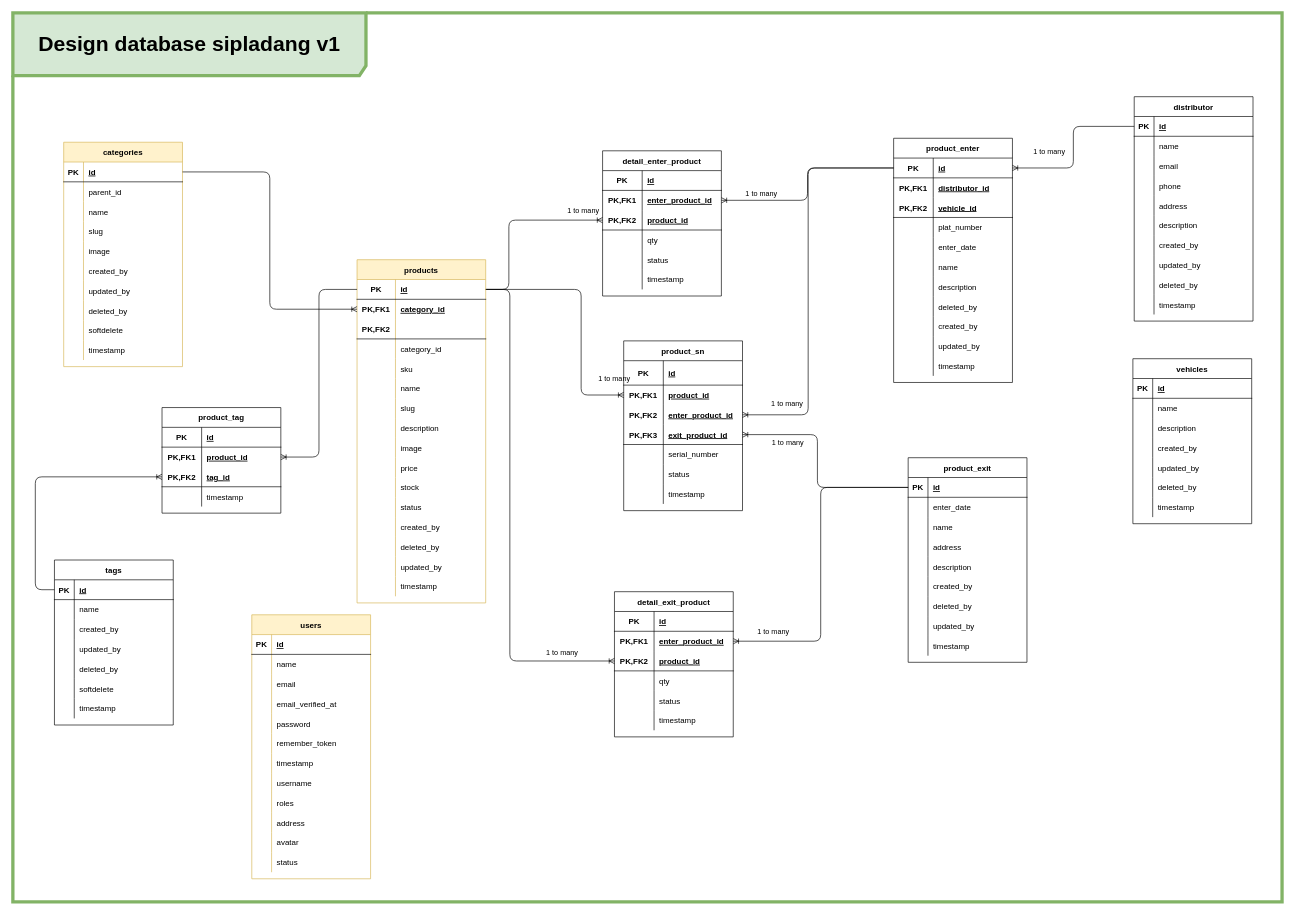
Earlier version of the draw.io diagram page "Page-1" (1 of 2) of diagram/GudangApp.drawio (ekoxyz/gudangapp). Source tidied: cells renumbered, new cells numbered last; positions are measured from the earlier drawing's top-left corner, leaving out a move shared by most shapes. Both pictures are drawn from the tidied source at 66%, with x=0, y=0 at pixel (13, 13).
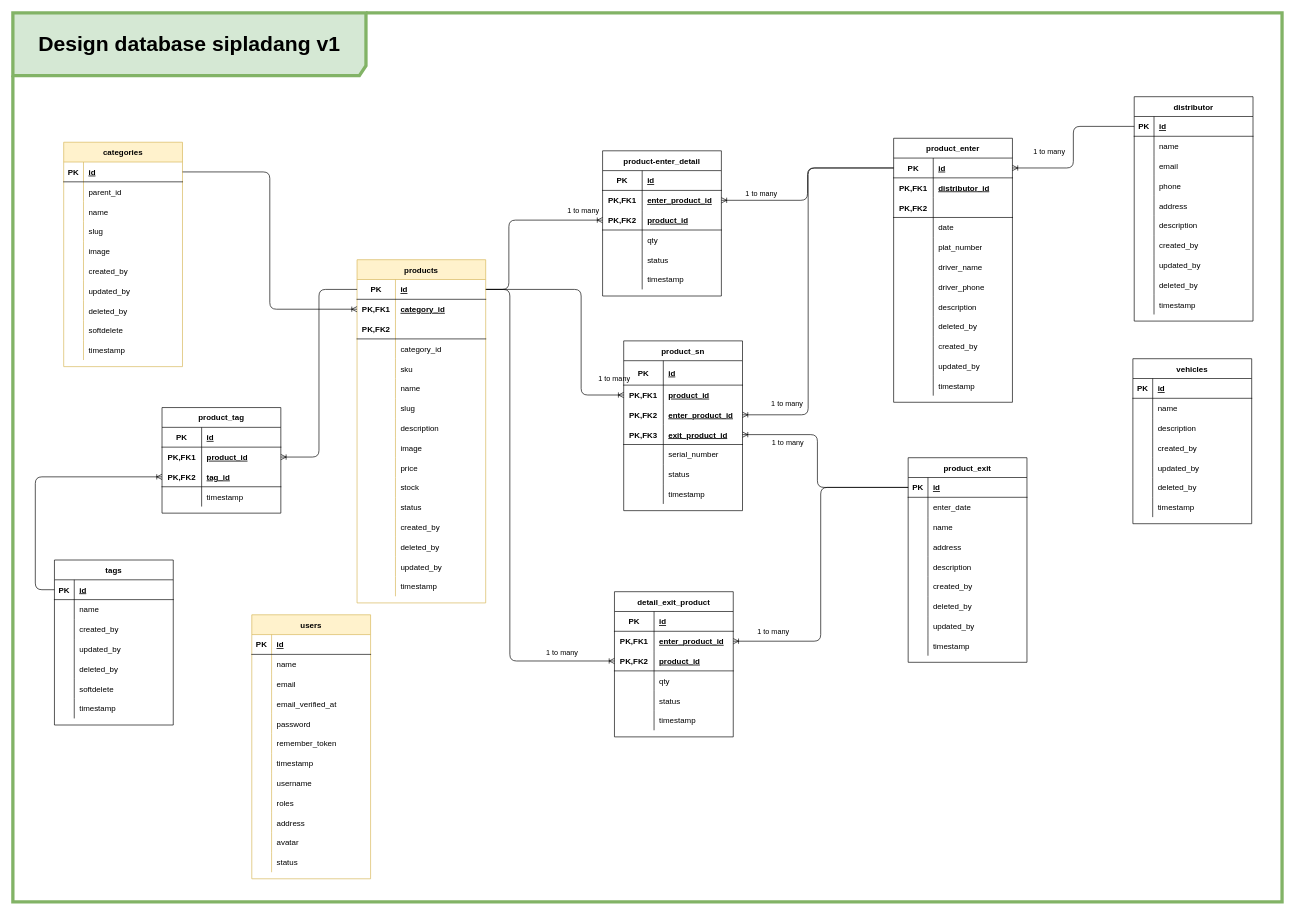
Above is the later version.

The change refers to these unchanged cells:
```xml
<mxCell id="94" style="shape=partialRectangle;fillColor=none;top=0;left=0;bottom=1;right=0;" parent="87" vertex="1">
  <mxGeometry y="90" width="180" height="30" as="geometry" />
</mxCell>
<mxCell id="103" style="shape=partialRectangle;fillColor=none;top=0;left=0;bottom=0;right=0;" parent="87" vertex="1">
  <mxGeometry y="180" width="180" height="30" as="geometry" />
</mxCell>
```

Change to the diagram source:
```diff
@@
-    <mxCell id="19" value="detail_enter_product" style="shape=table;startSize=30;childLayout=tableLayout;rowLines=0;fontStyle=1;align=center;" parent="1" vertex="1">
+    <mxCell id="19" value="product-enter_detail" style="shape=table;startSize=30;childLayout=tableLayout;rowLines=0;fontStyle=1;align=center;" parent="1" vertex="1">
       <mxGeometry x="893.5" y="209" width="180" height="220" as="geometry" />
     </mxCell>
@@
     <mxCell id="87" value="product_enter" style="shape=table;startSize=30;childLayout=tableLayout;rowLines=0;fontStyle=1;align=center;" parent="1" vertex="1">
-      <mxGeometry x="1334.5" y="190" width="180" height="370" as="geometry" />
+      <mxGeometry x="1334.5" y="190" width="180" height="400" as="geometry" />
     </mxCell>
@@
-    <mxCell id="96" value="vehicle_id" style="shape=partialRectangle;fillColor=none;top=0;left=0;bottom=0;right=0;align=left;spacingLeft=6;fontStyle=5;overflow=hidden;" parent="94" vertex="1">
+    <mxCell id="96" style="shape=partialRectangle;fillColor=none;top=0;left=0;bottom=0;right=0;align=left;spacingLeft=6;fontStyle=5;overflow=hidden;" parent="94" vertex="1">
       <mxGeometry x="60" width="120" height="30" as="geometry" />
     </mxCell>
+    <mxCell id="100" style="shape=partialRectangle;fillColor=none;top=0;left=0;bottom=0;right=0;" parent="87" vertex="1">
+      <mxGeometry y="120" width="180" height="30" as="geometry" />
+    </mxCell>
+    <mxCell id="101" style="shape=partialRectangle;fillColor=none;top=0;left=0;bottom=0;right=0;overflow=hidden;" parent="100" vertex="1">
+      <mxGeometry width="60" height="30" as="geometry" />
+    </mxCell>
+    <mxCell id="102" value="date" style="shape=partialRectangle;fillColor=none;top=0;left=0;bottom=0;right=0;align=left;spacingLeft=6;overflow=hidden;" parent="100" vertex="1">
+      <mxGeometry x="60" width="120" height="30" as="geometry" />
+    </mxCell>
     <mxCell id="97" style="shape=partialRectangle;fillColor=none;top=0;left=0;bottom=0;right=0;" parent="87" vertex="1">
-      <mxGeometry y="120" width="180" height="30" as="geometry" />
+      <mxGeometry y="150" width="180" height="30" as="geometry" />
     </mxCell>
@@
-    <mxCell id="100" style="shape=partialRectangle;fillColor=none;top=0;left=0;bottom=0;right=0;" parent="87" vertex="1">
-      <mxGeometry y="150" width="180" height="30" as="geometry" />
-    </mxCell>
-    <mxCell id="101" style="shape=partialRectangle;fillColor=none;top=0;left=0;bottom=0;right=0;overflow=hidden;" parent="100" vertex="1">
-      <mxGeometry width="60" height="30" as="geometry" />
-    </mxCell>
-    <mxCell id="102" value="enter_date" style="shape=partialRectangle;fillColor=none;top=0;left=0;bottom=0;right=0;align=left;spacingLeft=6;overflow=hidden;" parent="100" vertex="1">
-      <mxGeometry x="60" width="120" height="30" as="geometry" />
-    </mxCell>
@@
-    <mxCell id="105" value="name" style="shape=partialRectangle;fillColor=none;top=0;left=0;bottom=0;right=0;align=left;spacingLeft=6;overflow=hidden;" parent="103" vertex="1">
+    <mxCell id="105" value="driver_name" style="shape=partialRectangle;fillColor=none;top=0;left=0;bottom=0;right=0;align=left;spacingLeft=6;overflow=hidden;" parent="103" vertex="1">
       <mxGeometry x="60" width="120" height="30" as="geometry" />
     </mxCell>
+    <mxCell id="349" style="shape=partialRectangle;fillColor=none;top=0;left=0;bottom=0;right=0;" parent="87" vertex="1">
+      <mxGeometry y="210" width="180" height="30" as="geometry" />
+    </mxCell>
+    <mxCell id="350" style="shape=partialRectangle;fillColor=none;top=0;left=0;bottom=0;right=0;overflow=hidden;" parent="349" vertex="1">
+      <mxGeometry width="60" height="30" as="geometry" />
+    </mxCell>
+    <mxCell id="351" value="driver_phone" style="shape=partialRectangle;fillColor=none;top=0;left=0;bottom=0;right=0;align=left;spacingLeft=6;overflow=hidden;" parent="349" vertex="1">
+      <mxGeometry x="60" width="120" height="30" as="geometry" />
+    </mxCell>
     <mxCell id="106" style="shape=partialRectangle;fillColor=none;top=0;left=0;bottom=0;right=0;" parent="87" vertex="1">
-      <mxGeometry y="210" width="180" height="30" as="geometry" />
+      <mxGeometry y="240" width="180" height="30" as="geometry" />
     </mxCell>
@@
     <mxCell id="109" style="shape=partialRectangle;fillColor=none;top=0;left=0;bottom=0;right=0;" parent="87" vertex="1">
-      <mxGeometry y="240" width="180" height="30" as="geometry" />
+      <mxGeometry y="270" width="180" height="30" as="geometry" />
     </mxCell>
@@
     <mxCell id="112" style="shape=partialRectangle;fillColor=none;top=0;left=0;bottom=0;right=0;" parent="87" vertex="1">
-      <mxGeometry y="270" width="180" height="30" as="geometry" />
+      <mxGeometry y="300" width="180" height="30" as="geometry" />
     </mxCell>
@@
     <mxCell id="115" style="shape=partialRectangle;fillColor=none;top=0;left=0;bottom=0;right=0;" parent="87" vertex="1">
-      <mxGeometry y="300" width="180" height="30" as="geometry" />
+      <mxGeometry y="330" width="180" height="30" as="geometry" />
     </mxCell>
@@
     <mxCell id="118" style="shape=partialRectangle;fillColor=none;top=0;left=0;bottom=0;right=0;" parent="87" vertex="1">
-      <mxGeometry y="330" width="180" height="30" as="geometry" />
+      <mxGeometry y="360" width="180" height="30" as="geometry" />
     </mxCell>
```
